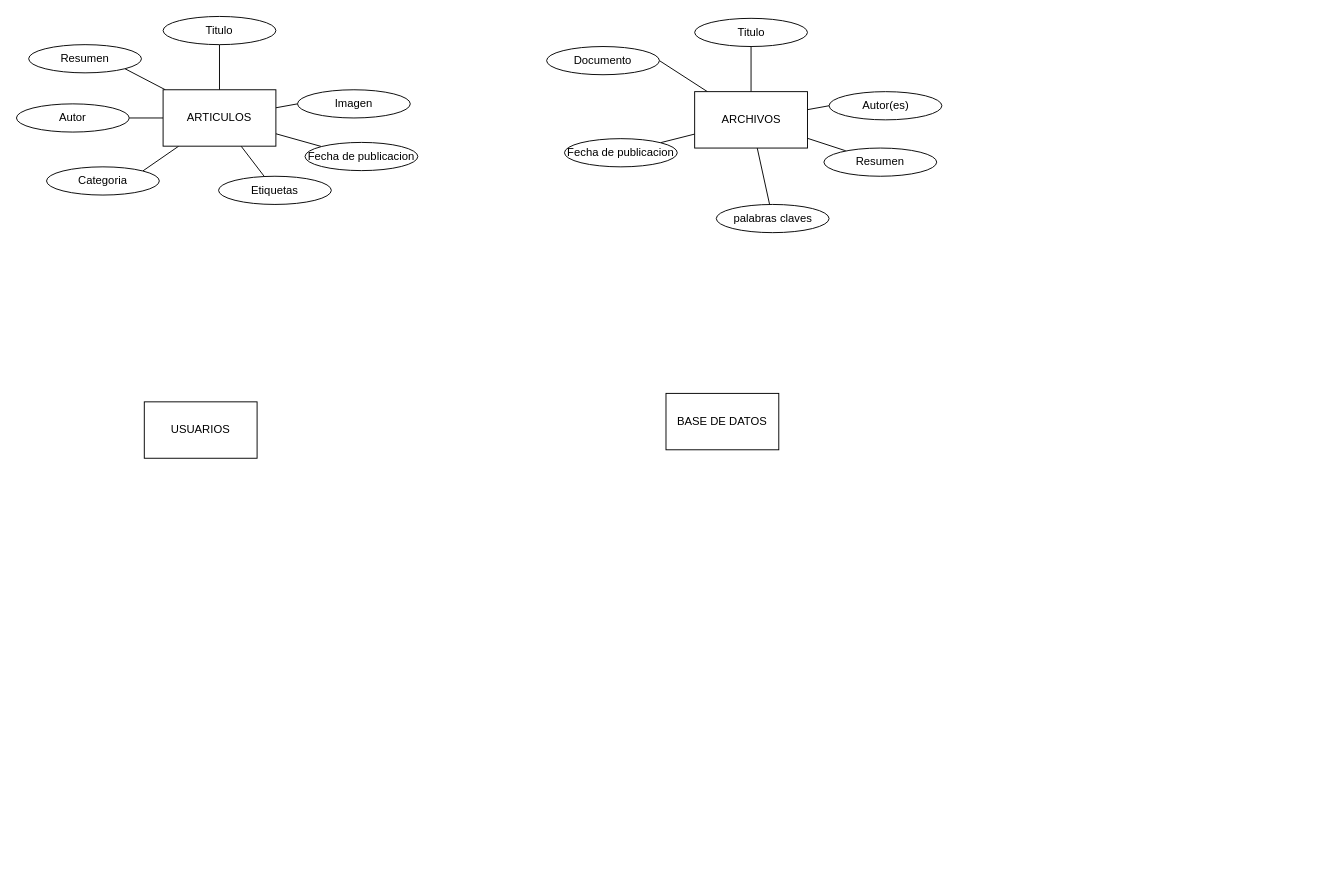
Above: sis base de datos.drawio in wild-wild/ModeloER-BD (draw.io), before the change. Source tidied: cells renumbered, new cells numbered last; positions are measured from the earlier drawing's top-left corner, leaving out a move shared by most shapes. Both pictures are drawn from the tidied source at 94%, with x=0, y=0 at pixel (16, 16).
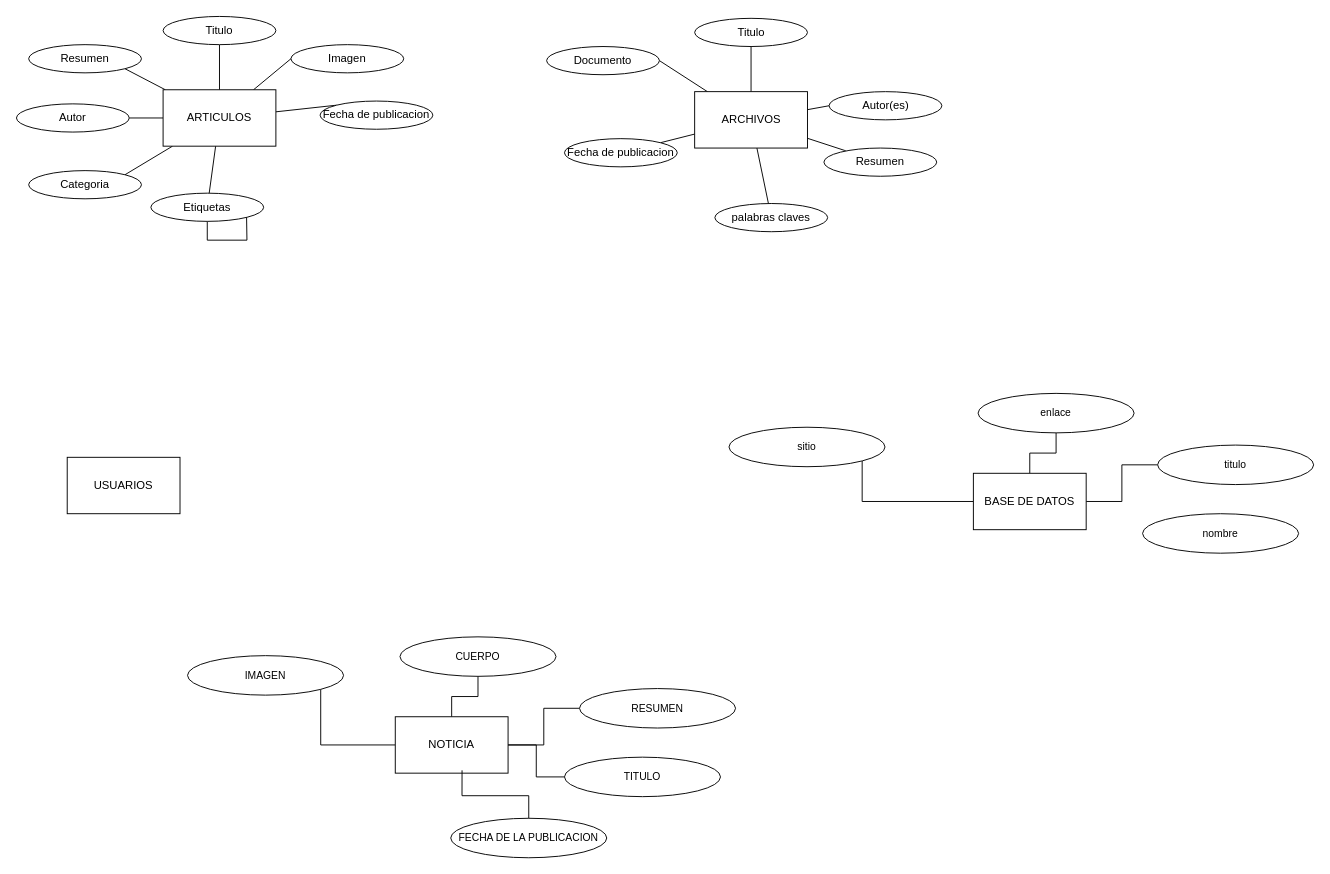
The same page after the edit.

What changed in the source:
```diff
@@
     <mxCell id="12" value="Categoria" style="ellipse;whiteSpace=wrap;html=1;rounded=0;labelBackgroundColor=none;" parent="1" vertex="1">
-      <mxGeometry x="32" y="160" width="120" height="30" as="geometry" />
+      <mxGeometry x="13" y="164" width="120" height="30" as="geometry" />
     </mxCell>
@@
+    <mxCell id="32" style="edgeStyle=orthogonalEdgeStyle;shape=connector;rounded=0;jettySize=auto;html=1;exitX=0.5;exitY=1;exitDx=0;exitDy=0;strokeColor=default;align=center;verticalAlign=middle;fontFamily=Helvetica;fontSize=11;fontColor=default;labelBackgroundColor=default;endArrow=none;endFill=0;" parent="1" edge="1" source="14">
+      <mxGeometry relative="1" as="geometry">
+        <mxPoint x="244.7" y="205.6" as="targetPoint" />
+      </mxGeometry>
+    </mxCell>
     <mxCell id="14" value="Etiquetas" style="ellipse;whiteSpace=wrap;html=1;rounded=0;labelBackgroundColor=none;" parent="1" vertex="1">
-      <mxGeometry x="215" y="170" width="120" height="30" as="geometry" />
+      <mxGeometry x="143" y="188" width="120" height="30" as="geometry" />
     </mxCell>
     <mxCell id="15" value="Imagen" style="ellipse;whiteSpace=wrap;html=1;rounded=0;labelBackgroundColor=none;" parent="1" vertex="1">
-      <mxGeometry x="299" y="78" width="120" height="30" as="geometry" />
+      <mxGeometry x="292" y="30" width="120" height="30" as="geometry" />
     </mxCell>
@@
     <mxCell id="27" value="USUARIOS" style="rounded=0;whiteSpace=wrap;html=1;labelBackgroundColor=none;" parent="1" vertex="1">
-      <mxGeometry x="136" y="410" width="120" height="60" as="geometry" />
+      <mxGeometry x="54" y="469" width="120" height="60" as="geometry" />
     </mxCell>
+    <mxCell id="33" style="edgeStyle=orthogonalEdgeStyle;shape=connector;rounded=0;jettySize=auto;html=1;entryX=1;entryY=1;entryDx=0;entryDy=0;strokeColor=default;align=center;verticalAlign=middle;fontFamily=Helvetica;fontSize=11;fontColor=default;labelBackgroundColor=default;endArrow=none;endFill=0;" parent="1" edge="1" source="28" target="36">
+      <mxGeometry relative="1" as="geometry" />
+    </mxCell>
+    <mxCell id="34" style="edgeStyle=orthogonalEdgeStyle;shape=connector;rounded=0;jettySize=auto;html=1;strokeColor=default;align=center;verticalAlign=middle;fontFamily=Helvetica;fontSize=11;fontColor=default;labelBackgroundColor=default;endArrow=none;endFill=0;" parent="1" edge="1" source="28" target="37">
+      <mxGeometry relative="1" as="geometry" />
+    </mxCell>
+    <mxCell id="35" style="edgeStyle=orthogonalEdgeStyle;shape=connector;rounded=0;jettySize=auto;html=1;strokeColor=default;align=center;verticalAlign=middle;fontFamily=Helvetica;fontSize=11;fontColor=default;labelBackgroundColor=default;endArrow=none;endFill=0;" parent="1" edge="1" source="28" target="38">
+      <mxGeometry relative="1" as="geometry" />
+    </mxCell>
     <mxCell id="28" value="BASE DE DATOS" style="rounded=0;whiteSpace=wrap;html=1;labelBackgroundColor=none;" parent="1" vertex="1">
-      <mxGeometry x="691" y="401" width="120" height="60" as="geometry" />
+      <mxGeometry x="1018" y="486" width="120" height="60" as="geometry" />
     </mxCell>
@@
     <mxCell id="30" value="palabras claves" style="ellipse;whiteSpace=wrap;html=1;rounded=0;labelBackgroundColor=none;" parent="1" vertex="1">
-      <mxGeometry x="744.5" y="200" width="120" height="30" as="geometry" />
+      <mxGeometry x="743" y="199" width="120" height="30" as="geometry" />
     </mxCell>
     <mxCell id="31" value="Fecha de publicacion" style="ellipse;whiteSpace=wrap;html=1;rounded=0;labelBackgroundColor=none;" parent="1" vertex="1">
-      <mxGeometry x="307" y="134" width="120" height="30" as="geometry" />
+      <mxGeometry x="323" y="90" width="120" height="30" as="geometry" />
     </mxCell>
+    <mxCell id="36" value="sitio" style="ellipse;whiteSpace=wrap;html=1;fontFamily=Helvetica;fontSize=11;fontColor=default;labelBackgroundColor=default;" parent="1" vertex="1">
+      <mxGeometry x="758" y="437" width="166" height="42" as="geometry" />
+    </mxCell>
+    <mxCell id="37" value="enlace" style="ellipse;whiteSpace=wrap;html=1;fontFamily=Helvetica;fontSize=11;fontColor=default;labelBackgroundColor=default;" parent="1" vertex="1">
+      <mxGeometry x="1023" y="401" width="166" height="42" as="geometry" />
+    </mxCell>
+    <mxCell id="38" value="titulo" style="ellipse;whiteSpace=wrap;html=1;fontFamily=Helvetica;fontSize=11;fontColor=default;labelBackgroundColor=default;" parent="1" vertex="1">
+      <mxGeometry x="1214" y="456" width="166" height="42" as="geometry" />
+    </mxCell>
+    <mxCell id="39" value="nombre" style="ellipse;whiteSpace=wrap;html=1;fontFamily=Helvetica;fontSize=11;fontColor=default;labelBackgroundColor=default;" parent="1" vertex="1">
+      <mxGeometry x="1198" y="529" width="166" height="42" as="geometry" />
+    </mxCell>
+    <mxCell id="40" style="edgeStyle=orthogonalEdgeStyle;shape=connector;rounded=0;jettySize=auto;html=1;entryX=1;entryY=1;entryDx=0;entryDy=0;strokeColor=default;align=center;verticalAlign=middle;fontFamily=Helvetica;fontSize=11;fontColor=default;labelBackgroundColor=default;endArrow=none;endFill=0;" parent="1" edge="1" source="43" target="44">
+      <mxGeometry relative="1" as="geometry" />
+    </mxCell>
+    <mxCell id="41" style="edgeStyle=orthogonalEdgeStyle;shape=connector;rounded=0;jettySize=auto;html=1;strokeColor=default;align=center;verticalAlign=middle;fontFamily=Helvetica;fontSize=11;fontColor=default;labelBackgroundColor=default;endArrow=none;endFill=0;" parent="1" edge="1" source="43" target="45">
+      <mxGeometry relative="1" as="geometry" />
+    </mxCell>
+    <mxCell id="42" style="edgeStyle=orthogonalEdgeStyle;shape=connector;rounded=0;jettySize=auto;html=1;strokeColor=default;align=center;verticalAlign=middle;fontFamily=Helvetica;fontSize=11;fontColor=default;labelBackgroundColor=default;endArrow=none;endFill=0;" parent="1" edge="1" source="43" target="46">
+      <mxGeometry relative="1" as="geometry" />
+    </mxCell>
+    <mxCell id="43" value="NOTICIA" style="rounded=0;whiteSpace=wrap;html=1;labelBackgroundColor=none;" parent="1" vertex="1">
+      <mxGeometry x="403" y="745" width="120" height="60" as="geometry" />
+    </mxCell>
+    <mxCell id="44" value="IMAGEN" style="ellipse;whiteSpace=wrap;html=1;fontFamily=Helvetica;fontSize=11;fontColor=default;labelBackgroundColor=default;" parent="1" vertex="1">
+      <mxGeometry x="182" y="680" width="166" height="42" as="geometry" />
+    </mxCell>
+    <mxCell id="45" value="CUERPO" style="ellipse;whiteSpace=wrap;html=1;fontFamily=Helvetica;fontSize=11;fontColor=default;labelBackgroundColor=default;" parent="1" vertex="1">
+      <mxGeometry x="408" y="660" width="166" height="42" as="geometry" />
+    </mxCell>
+    <mxCell id="46" value="RESUMEN" style="ellipse;whiteSpace=wrap;html=1;fontFamily=Helvetica;fontSize=11;fontColor=default;labelBackgroundColor=default;" parent="1" vertex="1">
+      <mxGeometry x="599" y="715" width="166" height="42" as="geometry" />
+    </mxCell>
+    <mxCell id="47" style="edgeStyle=orthogonalEdgeStyle;shape=connector;rounded=0;jettySize=auto;html=1;strokeColor=default;align=center;verticalAlign=middle;fontFamily=Helvetica;fontSize=11;fontColor=default;labelBackgroundColor=default;endArrow=none;endFill=0;" parent="1" edge="1" source="48" target="43">
+      <mxGeometry relative="1" as="geometry" />
+    </mxCell>
+    <mxCell id="48" value="TITULO" style="ellipse;whiteSpace=wrap;html=1;fontFamily=Helvetica;fontSize=11;fontColor=default;labelBackgroundColor=default;" parent="1" vertex="1">
+      <mxGeometry x="583" y="788" width="166" height="42" as="geometry" />
+    </mxCell>
+    <mxCell id="49" value="FECHA DE LA PUBLICACION" style="ellipse;whiteSpace=wrap;html=1;fontFamily=Helvetica;fontSize=11;fontColor=default;labelBackgroundColor=default;" parent="1" vertex="1">
+      <mxGeometry x="462" y="853" width="166" height="42" as="geometry" />
+    </mxCell>
+    <mxCell id="50" style="edgeStyle=orthogonalEdgeStyle;shape=connector;rounded=0;jettySize=auto;html=1;entryX=0.592;entryY=0.95;entryDx=0;entryDy=0;entryPerimeter=0;strokeColor=default;align=center;verticalAlign=middle;fontFamily=Helvetica;fontSize=11;fontColor=default;labelBackgroundColor=default;endArrow=none;endFill=0;" parent="1" edge="1" source="49" target="43">
+      <mxGeometry relative="1" as="geometry" />
+    </mxCell>
```
